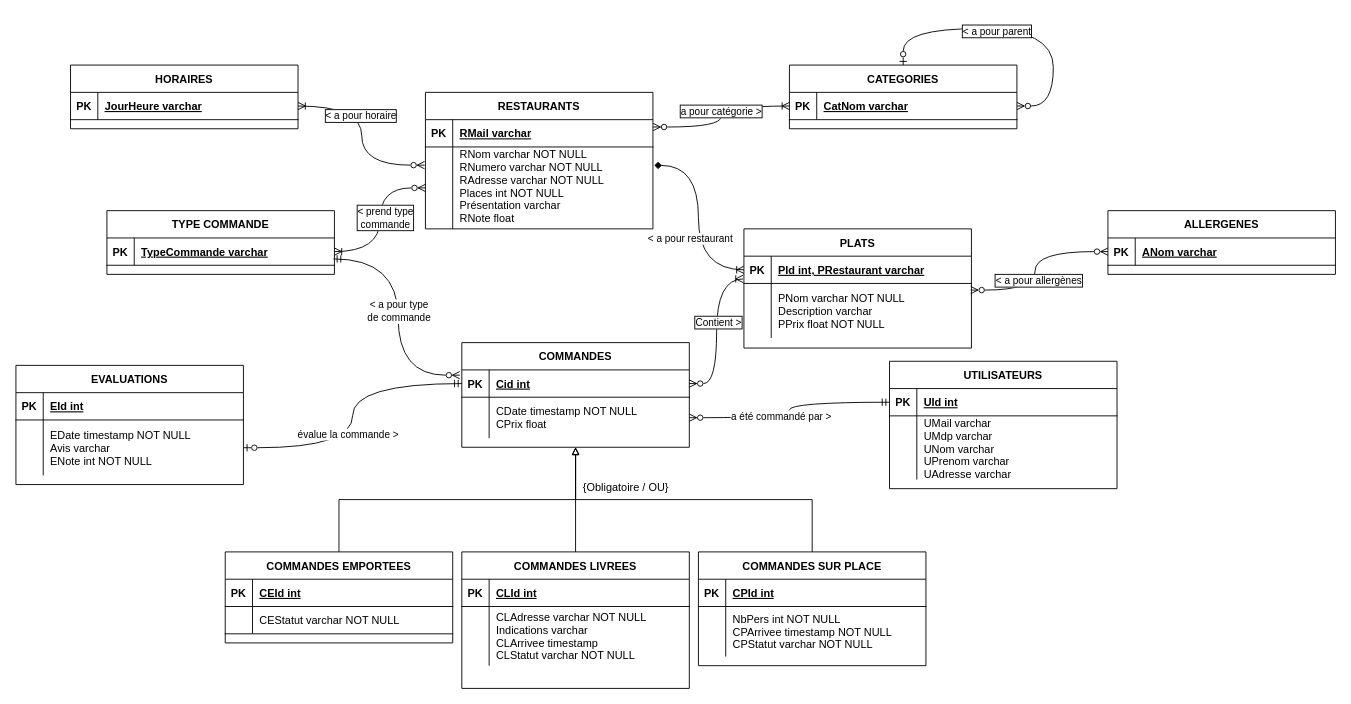
Logan2234/GrenobleEats keeps this draw.io diagram as modele_entites_associations.drawio. Above is the earlier version. Source tidied: cells renumbered, new cells numbered last; positions are measured from the earlier drawing's top-left corner, leaving out a move shared by most shapes. Both pictures are drawn from the tidied source at 91%, with x=0, y=0 at pixel (15, 28). Pictures stored in the file or linked from it are replaced by grey dashed boxes.
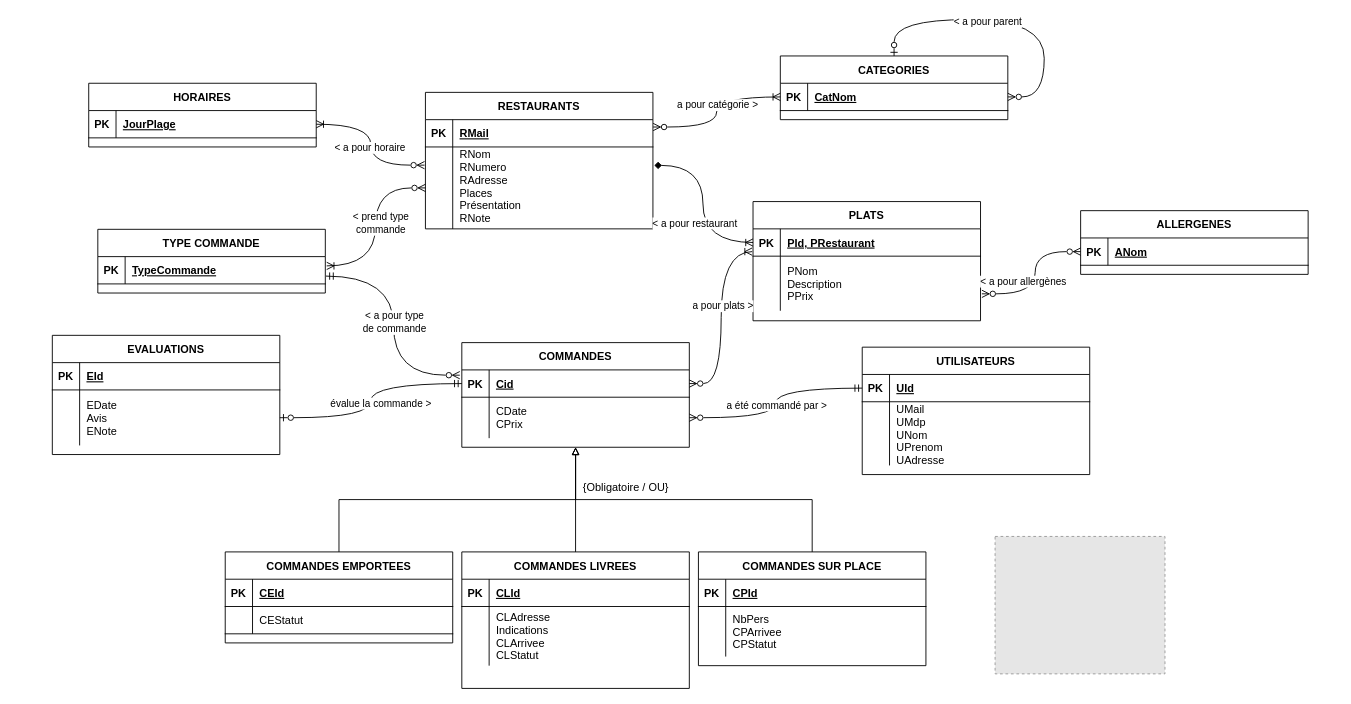
The same diagram, later.

Commit message (it also covers changes not shown here):
Ajout de NOT NULL et amélioration du rapport

Unchanged cells that the change refers to:
```xml
<mxCell id="3" style="shape=partialRectangle;fillColor=none;points=[[0,0.5],[1,0.5]];portConstraint=eastwest;top=0;left=0;right=0;bottom=1;" parent="2" vertex="1">
<mxCell id="6" style="shape=partialRectangle;fillColor=none;points=[[0,0.5],[1,0.5]];portConstraint=eastwest;top=0;left=0;right=0;bottom=0;" parent="2" vertex="1">
<mxCell id="10" style="shape=partialRectangle;fillColor=none;points=[[0,0.5],[1,0.5]];portConstraint=eastwest;top=0;left=0;right=0;bottom=1;" parent="9" vertex="1">
<mxCell id="13" style="shape=partialRectangle;fillColor=none;top=0;left=0;right=0;bottom=0;" parent="9" vertex="1">
<mxCell id="17" style="shape=partialRectangle;fillColor=none;points=[[0,0.5],[1,0.5]];portConstraint=eastwest;top=0;left=0;right=0;bottom=1;" parent="16" vertex="1">
<mxCell id="20" style="shape=partialRectangle;fillColor=none;points=[[0,0.5],[1,0.5]];portConstraint=eastwest;top=0;left=0;right=0;bottom=0;" parent="16" vertex="1">
<mxCell id="24" style="shape=partialRectangle;fillColor=none;points=[[0,0.5],[1,0.5]];portConstraint=eastwest;top=0;left=0;right=0;bottom=1;" parent="23" vertex="1">
<mxCell id="27" style="shape=partialRectangle;fillColor=none;points=[[0,0.5],[1,0.5]];portConstraint=eastwest;top=0;left=0;right=0;bottom=0;" parent="23" vertex="1">
<mxCell id="32" style="shape=partialRectangle;fillColor=none;top=0;left=0;right=0;bottom=1;" parent="31" vertex="1">
<mxCell id="35" style="shape=partialRectangle;fillColor=none;top=0;left=0;right=0;bottom=0;" parent="31" vertex="1">
<mxCell id="40" style="shape=partialRectangle;fillColor=none;top=0;left=0;right=0;bottom=1;" parent="39" vertex="1">
<mxCell id="43" style="shape=partialRectangle;fillColor=none;top=0;left=0;right=0;bottom=0;" parent="39" vertex="1">
<mxCell id="48" style="shape=partialRectangle;fillColor=none;top=0;left=0;right=0;bottom=1;" parent="47" vertex="1">
<mxCell id="51" style="shape=partialRectangle;fillColor=none;top=0;left=0;right=0;bottom=1;" parent="47" vertex="1">
<mxCell id="55" style="shape=partialRectangle;fillColor=none;top=0;left=0;right=0;bottom=1;" parent="54" vertex="1">
<mxCell id="58" style="shape=partialRectangle;fillColor=none;points=[[0,0.5],[1,0.5]];portConstraint=eastwest;top=0;left=0;right=0;bottom=0;" parent="54" vertex="1">
<mxCell id="62" style="edgeStyle=orthogonalEdgeStyle;curved=1;rounded=0;jettySize=auto;html=1;exitX=1;exitY=0.5;exitDx=0;exitDy=0;entryX=0.5;entryY=0;entryDx=0;entryDy=0;startArrow=ERzeroToMany;startFill=0;endArrow=ERzeroToOne;endFill=0;" parent="61" edge="1" source="64" target="61">
<mxCell id="64" style="shape=partialRectangle;fillColor=none;points=[[0,0.5],[1,0.5]];portConstraint=eastwest;top=0;left=0;right=0;bottom=1;" parent="61" vertex="1">
<mxCell id="68" style="shape=partialRectangle;fillColor=none;points=[[0,0.5],[1,0.5]];portConstraint=eastwest;top=0;left=0;right=0;bottom=1;" parent="67" vertex="1">
<mxCell id="72" style="shape=partialRectangle;fillColor=none;points=[[0,0.5],[1,0.5]];portConstraint=eastwest;top=0;left=0;right=0;bottom=1;" parent="71" vertex="1">
<mxCell id="76" style="shape=partialRectangle;fillColor=none;points=[[0,0.5],[1,0.5]];portConstraint=eastwest;top=0;left=0;right=0;bottom=1;" parent="75" vertex="1">
<mxCell id="81" style="edgeStyle=orthogonalEdgeStyle;curved=1;rounded=0;jettySize=auto;html=1;exitX=-0.004;exitY=0.222;exitDx=0;exitDy=0;entryX=1;entryY=0.5;entryDx=0;entryDy=0;startArrow=ERzeroToMany;startFill=0;endArrow=ERoneToMany;endFill=0;exitPerimeter=0;" parent="1" edge="1" source="20" target="76">
<mxCell id="83" style="edgeStyle=orthogonalEdgeStyle;curved=1;rounded=0;jettySize=auto;html=1;exitX=1.001;exitY=0.269;exitDx=0;exitDy=0;entryX=0;entryY=0.5;entryDx=0;entryDy=0;startArrow=ERzeroToMany;startFill=0;endArrow=ERoneToMany;endFill=0;exitPerimeter=0;" parent="1" edge="1" source="17" target="64">
<mxCell id="89" style="edgeStyle=orthogonalEdgeStyle;curved=1;rounded=0;jettySize=auto;html=1;exitX=1;exitY=0.5;exitDx=0;exitDy=0;entryX=0;entryY=0.5;entryDx=0;entryDy=0;startArrow=ERzeroToMany;startFill=0;endArrow=ERmandOne;endFill=0;" parent="1" edge="1" source="27" target="10">
<mxCell id="91" style="edgeStyle=orthogonalEdgeStyle;curved=1;rounded=0;jettySize=auto;html=1;exitX=1;exitY=0.5;exitDx=0;exitDy=0;entryX=-0.004;entryY=0.833;entryDx=0;entryDy=0;startArrow=ERzeroToMany;startFill=0;endArrow=ERoneToMany;endFill=0;entryPerimeter=0;" parent="1" edge="1" source="24" target="3">
<mxCell id="95" style="edgeStyle=orthogonalEdgeStyle;curved=1;rounded=0;jettySize=auto;html=1;exitX=1;exitY=0.5;exitDx=0;exitDy=0;entryX=0;entryY=0.5;entryDx=0;entryDy=0;startArrow=ERzeroToOne;startFill=0;endArrow=ERmandOne;endFill=0;" parent="1" edge="1" source="58" target="24">
```

Diff of the diagram source:
```diff
@@
     <mxCell id="2" value="PLATS" style="shape=table;startSize=30;childLayout=tableLayout;rowLines=0;fontStyle=1;align=center;" parent="1" vertex="1">
-      <mxGeometry x="800" y="220" width="250" height="131" as="geometry" />
+      <mxGeometry x="810" y="190" width="250" height="131" as="geometry" />
     </mxCell>
@@
-    <mxCell id="5" value="PId int, PRestaurant varchar" style="shape=partialRectangle;overflow=hidden;fillColor=none;top=0;left=0;bottom=0;right=0;align=left;spacingLeft=6;fontStyle=5;" parent="3" vertex="1">
+    <mxCell id="5" value="PId, PRestaurant" style="shape=partialRectangle;overflow=hidden;fillColor=none;top=0;left=0;bottom=0;right=0;align=left;spacingLeft=6;fontStyle=5;" parent="3" vertex="1">
       <mxGeometry x="30" width="220" height="30" as="geometry" />
     </mxCell>
@@
-    <mxCell id="8" value="PNom varchar NOT NULL&#10;Description varchar&#10;PPrix float NOT NULL" style="shape=partialRectangle;overflow=hidden;fillColor=none;top=0;left=0;bottom=0;right=0;align=left;spacingLeft=6;" parent="6" vertex="1">
+    <mxCell id="8" value="PNom &#10;Description &#10;PPrix " style="shape=partialRectangle;overflow=hidden;fillColor=none;top=0;left=0;bottom=0;right=0;align=left;spacingLeft=6;" parent="6" vertex="1">
       <mxGeometry x="30" width="220" height="60" as="geometry" />
     </mxCell>
     <mxCell id="9" value="UTILISATEURS" style="shape=table;startSize=30;childLayout=tableLayout;rowLines=0;fontStyle=1;align=center;" parent="1" vertex="1">
-      <mxGeometry x="960" y="365.5" width="250" height="140" as="geometry" />
+      <mxGeometry x="930" y="350" width="250" height="140" as="geometry" />
     </mxCell>
@@
-    <mxCell id="12" value="UId int" style="shape=partialRectangle;overflow=hidden;fillColor=none;top=0;left=0;bottom=0;right=0;align=left;spacingLeft=6;fontStyle=5;" parent="10" vertex="1">
+    <mxCell id="12" value="UId" style="shape=partialRectangle;overflow=hidden;fillColor=none;top=0;left=0;bottom=0;right=0;align=left;spacingLeft=6;fontStyle=5;" parent="10" vertex="1">
       <mxGeometry x="30" width="220" height="30" as="geometry" />
     </mxCell>
@@
-    <mxCell id="15" value="UMail varchar&#10;UMdp varchar&#10;UNom varchar&#10;UPrenom varchar&#10;UAdresse varchar " style="shape=partialRectangle;overflow=hidden;fillColor=none;top=0;left=0;bottom=0;right=0;align=left;spacingLeft=6;" parent="13" vertex="1">
+    <mxCell id="15" value="UMail &#10;UMdp &#10;UNom &#10;UPrenom &#10;UAdresse " style="shape=partialRectangle;overflow=hidden;fillColor=none;top=0;left=0;bottom=0;right=0;align=left;spacingLeft=6;" parent="13" vertex="1">
       <mxGeometry x="30" width="220" height="70" as="geometry" />
     </mxCell>
@@
-    <mxCell id="19" value="RMail varchar" style="shape=partialRectangle;overflow=hidden;fillColor=none;top=0;left=0;bottom=0;right=0;align=left;spacingLeft=6;fontStyle=5;" parent="17" vertex="1">
+    <mxCell id="19" value="RMail" style="shape=partialRectangle;overflow=hidden;fillColor=none;top=0;left=0;bottom=0;right=0;align=left;spacingLeft=6;fontStyle=5;" parent="17" vertex="1">
       <mxGeometry x="30" width="220" height="30" as="geometry" />
     </mxCell>
@@
-    <mxCell id="22" value="RNom varchar NOT NULL&#10;RNumero varchar NOT NULL&#10;RAdresse varchar NOT NULL&#10;Places int NOT NULL&#10;Présentation varchar&#10;RNote float&#10;" style="shape=partialRectangle;overflow=hidden;fillColor=none;top=0;left=0;bottom=0;right=0;align=left;spacingLeft=6;verticalAlign=middle;" parent="20" vertex="1">
+    <mxCell id="22" value="RNom&#10;RNumero &#10;RAdresse &#10;Places &#10;Présentation &#10;RNote &#10;" style="shape=partialRectangle;overflow=hidden;fillColor=none;top=0;left=0;bottom=0;right=0;align=left;spacingLeft=6;verticalAlign=middle;" parent="20" vertex="1">
       <mxGeometry x="30" width="220" height="90" as="geometry" />
     </mxCell>
@@
-    <mxCell id="26" value="Cid int" style="shape=partialRectangle;overflow=hidden;fillColor=none;top=0;left=0;bottom=0;right=0;align=left;spacingLeft=6;fontStyle=5;" parent="24" vertex="1">
+    <mxCell id="26" value="Cid" style="shape=partialRectangle;overflow=hidden;fillColor=none;top=0;left=0;bottom=0;right=0;align=left;spacingLeft=6;fontStyle=5;" parent="24" vertex="1">
       <mxGeometry x="30" width="220" height="30" as="geometry" />
     </mxCell>
@@
-    <mxCell id="29" value="CDate timestamp NOT NULL&#10;CPrix float" style="shape=partialRectangle;overflow=hidden;fillColor=none;top=0;left=0;bottom=0;right=0;align=left;spacingLeft=6;" parent="27" vertex="1">
+    <mxCell id="29" value="CDate&#10;CPrix" style="shape=partialRectangle;overflow=hidden;fillColor=none;top=0;left=0;bottom=0;right=0;align=left;spacingLeft=6;" parent="27" vertex="1">
       <mxGeometry x="30" width="220" height="45" as="geometry" />
     </mxCell>
@@
-    <mxCell id="34" value="CLId int" style="shape=partialRectangle;overflow=hidden;fillColor=none;top=0;left=0;bottom=0;right=0;align=left;spacingLeft=6;fontStyle=5;" parent="32" vertex="1">
+    <mxCell id="34" value="CLId" style="shape=partialRectangle;overflow=hidden;fillColor=none;top=0;left=0;bottom=0;right=0;align=left;spacingLeft=6;fontStyle=5;" parent="32" vertex="1">
       <mxGeometry x="30" width="220" height="30" as="geometry" />
     </mxCell>
@@
-    <mxCell id="37" value="CLAdresse varchar NOT NULL&#10;Indications varchar&#10;CLArrivee timestamp&#10;CLStatut varchar NOT NULL" style="shape=partialRectangle;overflow=hidden;fillColor=none;top=0;left=0;bottom=0;right=0;align=left;spacingLeft=6;" parent="35" vertex="1">
+    <mxCell id="37" value="CLAdresse &#10;Indications &#10;CLArrivee &#10;CLStatut " style="shape=partialRectangle;overflow=hidden;fillColor=none;top=0;left=0;bottom=0;right=0;align=left;spacingLeft=6;" parent="35" vertex="1">
       <mxGeometry x="30" width="220" height="65" as="geometry" />
     </mxCell>
@@
-    <mxCell id="42" value="CPId int" style="shape=partialRectangle;overflow=hidden;fillColor=none;top=0;left=0;bottom=0;right=0;align=left;spacingLeft=6;fontStyle=5;" parent="40" vertex="1">
+    <mxCell id="42" value="CPId" style="shape=partialRectangle;overflow=hidden;fillColor=none;top=0;left=0;bottom=0;right=0;align=left;spacingLeft=6;fontStyle=5;" parent="40" vertex="1">
       <mxGeometry x="30" width="220" height="30" as="geometry" />
     </mxCell>
@@
-    <mxCell id="45" value="NbPers int NOT NULL&#10;CPArrivee timestamp NOT NULL&#10;CPStatut varchar NOT NULL" style="shape=partialRectangle;overflow=hidden;fillColor=none;top=0;left=0;bottom=0;right=0;align=left;spacingLeft=6;" parent="43" vertex="1">
+    <mxCell id="45" value="NbPers &#10;CPArrivee &#10;CPStatut " style="shape=partialRectangle;overflow=hidden;fillColor=none;top=0;left=0;bottom=0;right=0;align=left;spacingLeft=6;" parent="43" vertex="1">
       <mxGeometry x="30" width="220" height="55" as="geometry" />
     </mxCell>
@@
-    <mxCell id="50" value="CEId int" style="shape=partialRectangle;overflow=hidden;fillColor=none;top=0;left=0;bottom=0;right=0;align=left;spacingLeft=6;fontStyle=5;" parent="48" vertex="1">
+    <mxCell id="50" value="CEId" style="shape=partialRectangle;overflow=hidden;fillColor=none;top=0;left=0;bottom=0;right=0;align=left;spacingLeft=6;fontStyle=5;" parent="48" vertex="1">
       <mxGeometry x="30" width="220" height="30" as="geometry" />
     </mxCell>
@@
-    <mxCell id="53" value="CEStatut varchar NOT NULL" style="shape=partialRectangle;overflow=hidden;fillColor=none;top=0;left=0;bottom=0;right=0;align=left;spacingLeft=6;fontStyle=0;" parent="51" vertex="1">
+    <mxCell id="53" value="CEStatut" style="shape=partialRectangle;overflow=hidden;fillColor=none;top=0;left=0;bottom=0;right=0;align=left;spacingLeft=6;fontStyle=0;" parent="51" vertex="1">
       <mxGeometry x="30" width="220" height="30" as="geometry" />
     </mxCell>
     <mxCell id="54" value="EVALUATIONS" style="shape=table;startSize=30;childLayout=tableLayout;rowLines=0;fontStyle=1;align=center;" parent="1" vertex="1">
-      <mxGeometry y="370" width="250" height="131" as="geometry" />
+      <mxGeometry x="40" y="337" width="250" height="131" as="geometry" />
     </mxCell>
@@
-    <mxCell id="57" value="EId int" style="shape=partialRectangle;overflow=hidden;fillColor=none;top=0;left=0;bottom=0;right=0;align=left;spacingLeft=6;fontStyle=5;" parent="55" vertex="1">
+    <mxCell id="57" value="EId" style="shape=partialRectangle;overflow=hidden;fillColor=none;top=0;left=0;bottom=0;right=0;align=left;spacingLeft=6;fontStyle=5;" parent="55" vertex="1">
       <mxGeometry x="30" width="220" height="30" as="geometry" />
     </mxCell>
@@
-    <mxCell id="60" value="EDate timestamp NOT NULL&#10;Avis varchar&#10;ENote int NOT NULL" style="shape=partialRectangle;overflow=hidden;fillColor=none;top=0;left=0;bottom=0;right=0;align=left;spacingLeft=6;" parent="58" vertex="1">
+    <mxCell id="60" value="EDate &#10;Avis &#10;ENote " style="shape=partialRectangle;overflow=hidden;fillColor=none;top=0;left=0;bottom=0;right=0;align=left;spacingLeft=6;" parent="58" vertex="1">
       <mxGeometry x="30" width="220" height="61" as="geometry" />
     </mxCell>
     <mxCell id="61" value="CATEGORIES" style="shape=table;startSize=30;childLayout=tableLayout;rowLines=0;fontStyle=1;align=center;" parent="1" vertex="1">
-      <mxGeometry x="850" y="40" width="250" height="70" as="geometry" />
+      <mxGeometry x="840" y="30" width="250" height="70" as="geometry" />
     </mxCell>
@@
-    <mxCell id="63" value="&amp;lt; a pour parent" style="edgeLabel;html=1;align=center;verticalAlign=middle;labelBorderColor=default;" parent="62" vertex="1">
+    <mxCell id="63" value="&amp;lt; a pour parent" style="edgeLabel;html=1;align=center;verticalAlign=middle;labelBorderColor=none;" parent="62" vertex="1">
       <mxGeometry x="0.14" y="2" relative="1" as="geometry" />
     </mxCell>
@@
-    <mxCell id="66" value="CatNom varchar" style="shape=partialRectangle;overflow=hidden;fillColor=none;top=0;left=0;bottom=0;right=0;align=left;spacingLeft=6;fontStyle=5;" parent="64" vertex="1">
+    <mxCell id="66" value="CatNom" style="shape=partialRectangle;overflow=hidden;fillColor=none;top=0;left=0;bottom=0;right=0;align=left;spacingLeft=6;fontStyle=5;" parent="64" vertex="1">
       <mxGeometry x="30" width="220" height="30" as="geometry" />
     </mxCell>
     <mxCell id="67" value="TYPE COMMANDE" style="shape=table;startSize=30;childLayout=tableLayout;rowLines=0;fontStyle=1;align=center;" parent="1" vertex="1">
-      <mxGeometry x="100" y="200" width="250" height="70" as="geometry" />
+      <mxGeometry x="90" y="220.5" width="250" height="70" as="geometry" />
     </mxCell>
@@
-    <mxCell id="70" value="TypeCommande varchar" style="shape=partialRectangle;overflow=hidden;fillColor=none;top=0;left=0;bottom=0;right=0;align=left;spacingLeft=6;fontStyle=5;" parent="68" vertex="1">
+    <mxCell id="70" value="TypeCommande" style="shape=partialRectangle;overflow=hidden;fillColor=none;top=0;left=0;bottom=0;right=0;align=left;spacingLeft=6;fontStyle=5;" parent="68" vertex="1">
       <mxGeometry x="30" width="220" height="30" as="geometry" />
     </mxCell>
     <mxCell id="71" value="ALLERGENES" style="shape=table;startSize=30;childLayout=tableLayout;rowLines=0;fontStyle=1;align=center;" parent="1" vertex="1">
-      <mxGeometry x="1200" y="200" width="250" height="70" as="geometry" />
+      <mxGeometry x="1170" y="200" width="250" height="70" as="geometry" />
     </mxCell>
@@
-    <mxCell id="74" value="ANom varchar" style="shape=partialRectangle;overflow=hidden;fillColor=none;top=0;left=0;bottom=0;right=0;align=left;spacingLeft=6;fontStyle=5;" parent="72" vertex="1">
+    <mxCell id="74" value="ANom" style="shape=partialRectangle;overflow=hidden;fillColor=none;top=0;left=0;bottom=0;right=0;align=left;spacingLeft=6;fontStyle=5;" parent="72" vertex="1">
       <mxGeometry x="30" width="220" height="30" as="geometry" />
     </mxCell>
     <mxCell id="75" value="HORAIRES" style="shape=table;startSize=30;childLayout=tableLayout;rowLines=0;fontStyle=1;align=center;" parent="1" vertex="1">
-      <mxGeometry x="60" y="40" width="250" height="70" as="geometry" />
+      <mxGeometry x="80" y="60" width="250" height="70" as="geometry" />
     </mxCell>
@@
-    <mxCell id="78" value="JourHeure varchar" style="shape=partialRectangle;overflow=hidden;fillColor=none;top=0;left=0;bottom=0;right=0;align=left;spacingLeft=6;fontStyle=5;" parent="76" vertex="1">
+    <mxCell id="78" value="JourPlage" style="shape=partialRectangle;overflow=hidden;fillColor=none;top=0;left=0;bottom=0;right=0;align=left;spacingLeft=6;fontStyle=5;" parent="76" vertex="1">
       <mxGeometry x="30" width="220" height="30" as="geometry" />
     </mxCell>
@@
-    <mxCell id="82" value="&amp;lt; a pour horaire" style="edgeLabel;html=1;align=center;verticalAlign=middle;labelBorderColor=default;" parent="81" vertex="1">
-      <mxGeometry x="0.22" y="2" relative="1" as="geometry" />
+    <mxCell id="82" value="&amp;lt; a pour horaire" style="edgeLabel;html=1;align=center;verticalAlign=middle;labelBorderColor=none;" parent="81" vertex="1">
+      <mxGeometry x="0.22" y="2" relative="1" as="geometry">
+        <mxPoint y="21" as="offset" />
+      </mxGeometry>
     </mxCell>
@@
-    <mxCell id="84" value="a pour catégorie &amp;gt;" style="edgeLabel;html=1;align=center;verticalAlign=middle;labelBorderColor=default;" parent="83" vertex="1">
+    <mxCell id="84" value="a pour catégorie &amp;gt;" style="edgeLabel;html=1;align=center;verticalAlign=middle;labelBorderColor=none;" parent="83" vertex="1">
       <mxGeometry x="0.13" y="-1" relative="1" as="geometry">
         <mxPoint x="-1" y="4" as="offset" />
       </mxGeometry>
     </mxCell>
-    <mxCell id="85" style="edgeStyle=orthogonalEdgeStyle;curved=1;rounded=0;jettySize=auto;html=1;exitX=0;exitY=0.5;exitDx=0;exitDy=0;entryX=1;entryY=0.5;entryDx=0;entryDy=0;startArrow=ERzeroToMany;startFill=0;endArrow=ERoneToMany;endFill=0;" parent="1" edge="1" source="20" target="68">
+    <mxCell id="85" style="edgeStyle=orthogonalEdgeStyle;curved=1;rounded=0;jettySize=auto;html=1;exitX=0;exitY=0.5;exitDx=0;exitDy=0;entryX=1.006;entryY=0.34;entryDx=0;entryDy=0;startArrow=ERzeroToMany;startFill=0;endArrow=ERoneToMany;endFill=0;entryPerimeter=0;" parent="1" edge="1" source="20" target="68">
       <mxGeometry relative="1" as="geometry" />
     </mxCell>
-    <mxCell id="86" value="&amp;lt; prend type&lt;br&gt;commande" style="edgeLabel;html=1;align=center;verticalAlign=middle;labelBorderColor=default;" parent="85" vertex="1">
+    <mxCell id="86" value="&amp;lt; prend type&lt;br&gt;commande" style="edgeLabel;html=1;align=center;verticalAlign=middle;labelBorderColor=none;" parent="85" vertex="1">
       <mxGeometry x="-0.04" y="5" relative="1" as="geometry" />
     </mxCell>
-    <mxCell id="87" style="edgeStyle=orthogonalEdgeStyle;curved=1;rounded=0;jettySize=auto;html=1;startArrow=ERzeroToMany;startFill=0;endArrow=ERzeroToMany;endFill=0;exitX=0.997;exitY=0.121;exitDx=0;exitDy=0;entryX=0;entryY=0.5;entryDx=0;entryDy=0;exitPerimeter=0;" parent="1" edge="1" source="6" target="72">
+    <mxCell id="87" style="edgeStyle=orthogonalEdgeStyle;curved=1;rounded=0;jettySize=auto;html=1;startArrow=ERzeroToMany;startFill=0;endArrow=ERzeroToMany;endFill=0;entryX=0;entryY=0.5;entryDx=0;entryDy=0;exitX=1.006;exitY=0.69;exitDx=0;exitDy=0;exitPerimeter=0;" parent="1" edge="1" source="6" target="72">
       <mxGeometry relative="1" as="geometry">
         <Array as="points">
-          <mxPoint x="1120" y="287" />
+          <mxPoint x="1120" y="291" />
           <mxPoint x="1120" y="245" />
         </Array>
       </mxGeometry>
     </mxCell>
-    <mxCell id="88" value="&amp;lt; a pour allergènes" style="edgeLabel;html=1;align=center;verticalAlign=middle;labelBorderColor=default;" parent="87" vertex="1">
+    <mxCell id="88" value="&amp;lt; a pour allergènes" style="edgeLabel;html=1;align=center;verticalAlign=middle;labelBorderColor=none;" parent="87" vertex="1">
       <mxGeometry x="0.36" y="-10" relative="1" as="geometry">
-        <mxPoint x="-14" y="21" as="offset" />
+        <mxPoint x="-14" y="22" as="offset" />
       </mxGeometry>
     </mxCell>
@@
     <mxCell id="90" value="a été commandé par &amp;gt;" style="edgeLabel;html=1;align=center;verticalAlign=middle;" parent="89" vertex="1">
       <mxGeometry x="0.02" y="-7" relative="1" as="geometry">
-        <mxPoint x="-17" y="9" as="offset" />
+        <mxPoint x="-7" y="4" as="offset" />
       </mxGeometry>
     </mxCell>
@@
-    <mxCell id="92" value="Contient &amp;gt;" style="edgeLabel;html=1;align=center;verticalAlign=middle;labelBorderColor=default;" parent="91" vertex="1">
+    <mxCell id="92" value="a pour plats &amp;gt;" style="edgeLabel;html=1;align=center;verticalAlign=middle;labelBorderColor=none;" parent="91" vertex="1">
       <mxGeometry x="0.13" y="-1" relative="1" as="geometry" />
     </mxCell>
-    <mxCell id="93" style="edgeStyle=orthogonalEdgeStyle;curved=1;rounded=0;jettySize=auto;html=1;exitX=-0.009;exitY=0.193;exitDx=0;exitDy=0;entryX=0.996;entryY=0.767;entryDx=0;entryDy=0;entryPerimeter=0;startArrow=ERzeroToMany;startFill=0;endArrow=ERmandOne;endFill=0;exitPerimeter=0;" parent="1" edge="1" source="24" target="68">
+    <mxCell id="93" style="edgeStyle=orthogonalEdgeStyle;curved=1;rounded=0;jettySize=auto;html=1;exitX=-0.009;exitY=0.193;exitDx=0;exitDy=0;entryX=1.003;entryY=0.713;entryDx=0;entryDy=0;entryPerimeter=0;startArrow=ERzeroToMany;startFill=0;endArrow=ERmandOne;endFill=0;exitPerimeter=0;" parent="1" edge="1" source="24" target="68">
       <mxGeometry relative="1" as="geometry" />
     </mxCell>
@@
     <mxCell id="96" value="évalue la commande &amp;gt;" style="edgeLabel;html=1;align=center;verticalAlign=middle;" parent="95" vertex="1">
-      <mxGeometry x="-0.13" y="6" relative="1" as="geometry" />
+      <mxGeometry x="-0.13" y="6" relative="1" as="geometry">
+        <mxPoint x="16" y="-13" as="offset" />
+      </mxGeometry>
     </mxCell>
@@
+    <mxCell id="98" style="fillColor=#E6E6E6;strokeColor=#999999;dashed=1;verticalLabelPosition=bottom;labelBackgroundColor=default;verticalAlign=top;" parent="1" vertex="1">
+      <mxGeometry x="1076" y="558" width="186.7" height="151" as="geometry" />
+    </mxCell>
```
